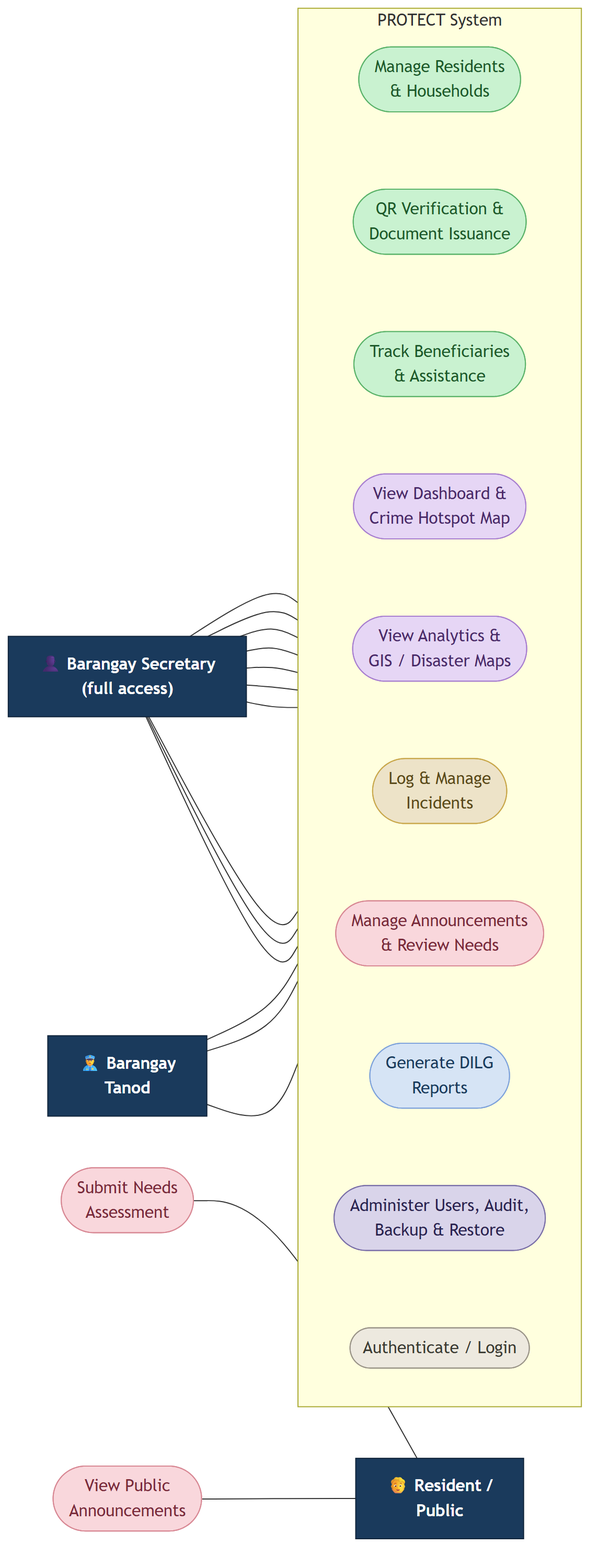
The Mermaid diagram diagrams/use_case.png in KellyEspera/protect, before a commit. Its source is kept beside it as diagrams/use_case.mmd.
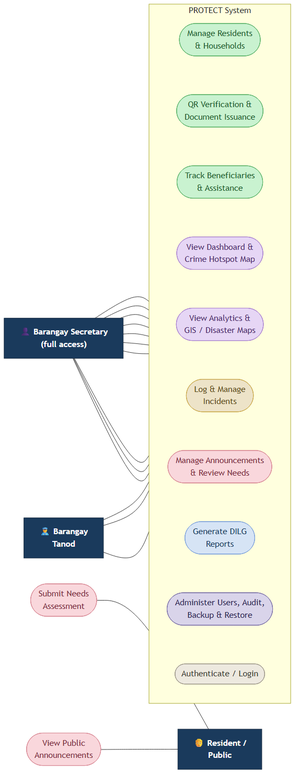
After the change.

The edit, as a diff of the source:
```diff
@@ -20,7 +20,6 @@
     Res["🧑 Resident /<br/>Public"]:::actor
     RUC1(["Submit Needs<br/>Assessment"]):::needs
     RUC2(["View Public<br/>Announcements"]):::needs
-    RUC3(["Search Public<br/>Ordinances"]):::needs
 
     Sec --- UC1 & UC2 & UC3 & UC4 & UC5 & UC6 & UC7 & UC8 & UC9 & UC10
 
@@ -28,7 +27,6 @@
 
     RUC1 --- Res
     RUC2 --- Res
-    RUC3 --- Res
 
     classDef actor fill:#1A3A5C,stroke:#10243a,color:#fff,font-weight:bold;
     classDef resident fill:#C9F2D0,stroke:#5BB36A,color:#1E5A2A;
```
